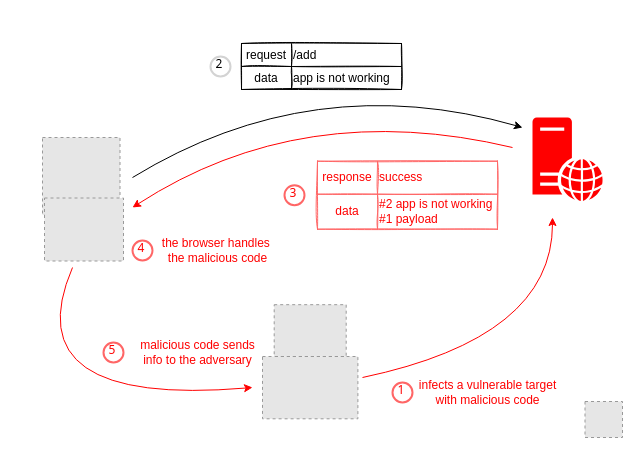
Earlier version of the draw.io diagram content/stored-cross-site-scripting.drawio (qeeqbox/stored-cross-site-scripting). Source tidied: cells renumbered, new cells numbered last; positions are measured from the earlier drawing's top-left corner, leaving out a move shared by most shapes. Both pictures are drawn from the tidied source at 100%, with x=0, y=0 at pixel (12, 17). Pictures stored in the file or linked from it are replaced by grey dashed boxes.
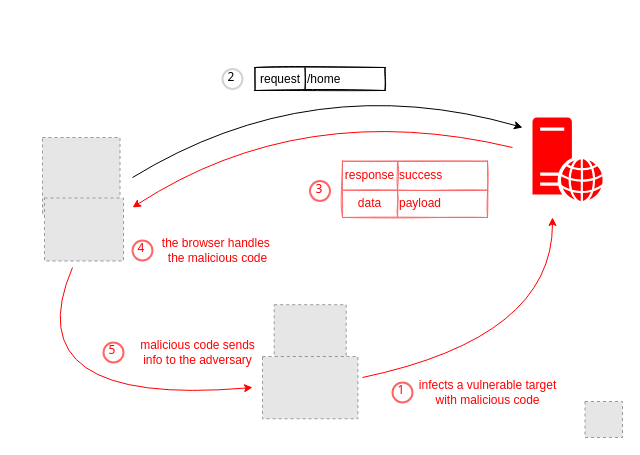
The same page after the edit.

The edit, as a diff of the source:
```diff
@@
     <mxCell id="14" style="shape=table;html=1;whiteSpace=wrap;startSize=0;childLayout=tableLayout;align=left;rounded=0;shadow=0;sketch=1;arcSize=0;" parent="1" vertex="1">
-      <mxGeometry x="229" y="26" width="160" height="46" as="geometry" />
+      <mxGeometry x="242.5" y="50" width="130" height="23" as="geometry" />
     </mxCell>
     <mxCell id="15" style="shape=tableRow;horizontal=0;startSize=0;swimlaneHead=0;swimlaneBody=0;top=0;left=0;bottom=0;right=0;fillColor=none;" parent="14" vertex="1">
-      <mxGeometry width="160" height="23" as="geometry" />
+      <mxGeometry width="130" height="23" as="geometry" />
     </mxCell>
@@
-    <mxCell id="17" value="&lt;div style=&quot;text-align: center;&quot;&gt;&lt;font style=&quot;color: rgb(0, 0, 0);&quot;&gt;&lt;span style=&quot;background-color: transparent;&quot;&gt;/add&lt;/span&gt;&lt;/font&gt;&lt;/div&gt;" style="shape=partialRectangle;html=1;whiteSpace=wrap;fillColor=none;top=0;left=0;bottom=0;right=0;overflow=hidden;align=left;" parent="15" vertex="1">
-      <mxGeometry x="50" width="110" height="23" as="geometry" />
+    <mxCell id="17" value="&lt;div style=&quot;text-align: center;&quot;&gt;&lt;font style=&quot;color: rgb(0, 0, 0);&quot;&gt;&lt;span style=&quot;background-color: transparent;&quot;&gt;/home&lt;/span&gt;&lt;/font&gt;&lt;/div&gt;" style="shape=partialRectangle;html=1;whiteSpace=wrap;fillColor=none;top=0;left=0;bottom=0;right=0;overflow=hidden;align=left;" parent="15" vertex="1">
+      <mxGeometry x="50" width="80" height="23" as="geometry" />
     </mxCell>
-    <mxCell id="18" style="shape=tableRow;horizontal=0;startSize=0;swimlaneHead=0;swimlaneBody=0;top=0;left=0;bottom=0;right=0;fillColor=none;" parent="14" vertex="1">
-      <mxGeometry y="23" width="160" height="23" as="geometry" />
-    </mxCell>
-    <mxCell id="19" value="data" style="shape=partialRectangle;html=1;whiteSpace=wrap;fillColor=none;top=0;left=0;bottom=0;right=0;overflow=hidden;" parent="18" vertex="1">
-      <mxGeometry width="50" height="23" as="geometry" />
-    </mxCell>
-    <mxCell id="20" value="app is not working" style="shape=partialRectangle;html=1;whiteSpace=wrap;fillColor=none;top=0;left=0;bottom=0;right=0;overflow=hidden;align=left;" parent="18" vertex="1">
-      <mxGeometry x="50" width="110" height="23" as="geometry" />
-    </mxCell>
@@
     <mxCell id="23" value="2" style="ellipse;whiteSpace=wrap;html=1;strokeWidth=2;fontFamily=Tahoma;spacingBottom=4;spacingRight=2;strokeColor=#d3d3d3;" parent="1" vertex="1">
-      <mxGeometry x="198" y="39" width="20" height="20" as="geometry" />
+      <mxGeometry x="210" y="51.5" width="20" height="20" as="geometry" />
     </mxCell>
@@
     <mxCell id="27" style="shape=table;html=1;whiteSpace=wrap;startSize=0;childLayout=tableLayout;align=left;rounded=0;shadow=0;sketch=1;arcSize=0;strokeColor=#FF6666;fontColor=#FF0000;" parent="1" vertex="1">
-      <mxGeometry x="305" y="143.7" width="180" height="68" as="geometry" />
+      <mxGeometry x="330" y="143.7" width="145" height="56.3" as="geometry" />
     </mxCell>
     <mxCell id="28" style="shape=tableRow;horizontal=0;startSize=0;swimlaneHead=0;swimlaneBody=0;top=0;left=0;bottom=0;right=0;fillColor=none;fontColor=#FF0000;" parent="27" vertex="1">
-      <mxGeometry width="180" height="33" as="geometry" />
+      <mxGeometry width="145" height="29" as="geometry" />
     </mxCell>
     <mxCell id="29" value="response" style="shape=partialRectangle;html=1;whiteSpace=wrap;fillColor=none;top=0;left=0;bottom=0;right=0;overflow=hidden;fontColor=#FF0000;" parent="28" vertex="1">
-      <mxGeometry width="60" height="33" as="geometry" />
+      <mxGeometry width="55" height="29" as="geometry" />
     </mxCell>
     <mxCell id="30" value="&lt;span style=&quot;text-align: center&quot;&gt;success&lt;/span&gt;" style="shape=partialRectangle;html=1;whiteSpace=wrap;fillColor=none;top=0;left=0;bottom=0;right=0;overflow=hidden;align=left;fontColor=#FF0000;" parent="28" vertex="1">
-      <mxGeometry x="60" width="120" height="33" as="geometry" />
+      <mxGeometry x="55" width="90" height="29" as="geometry" />
     </mxCell>
     <mxCell id="31" style="shape=tableRow;horizontal=0;startSize=0;swimlaneHead=0;swimlaneBody=0;top=0;left=0;bottom=0;right=0;fillColor=none;fontColor=#FF0000;" parent="27" vertex="1">
-      <mxGeometry y="33" width="180" height="35" as="geometry" />
+      <mxGeometry y="29" width="145" height="27" as="geometry" />
     </mxCell>
     <mxCell id="32" value="data" style="shape=partialRectangle;html=1;whiteSpace=wrap;fillColor=none;top=0;left=0;bottom=0;right=0;overflow=hidden;fontColor=#FF0000;" parent="31" vertex="1">
-      <mxGeometry width="60" height="35" as="geometry" />
+      <mxGeometry width="55" height="27" as="geometry" />
     </mxCell>
-    <mxCell id="33" value="&lt;div&gt;#2 app is not working&lt;/div&gt;&lt;font&gt;&lt;div style=&quot;text-align: left;&quot;&gt;&lt;span style=&quot;background-color: transparent; text-align: center;&quot;&gt;&lt;font style=&quot;&quot;&gt;#1&amp;nbsp;&lt;/font&gt;&lt;font style=&quot;&quot;&gt;payload&lt;/font&gt;&lt;/span&gt;&lt;/div&gt;&lt;/font&gt;" style="shape=partialRectangle;html=1;whiteSpace=wrap;fillColor=none;top=0;left=0;bottom=0;right=0;overflow=hidden;align=left;fontColor=#FF0000;" parent="31" vertex="1">
-      <mxGeometry x="60" width="120" height="35" as="geometry" />
+    <mxCell id="33" value="&lt;div&gt;&lt;span style=&quot;background-color: transparent; text-align: center; color: light-dark(rgb(255, 0, 0), rgb(255, 144, 144));&quot;&gt;payload&lt;/span&gt;&lt;/div&gt;" style="shape=partialRectangle;html=1;whiteSpace=wrap;fillColor=none;top=0;left=0;bottom=0;right=0;overflow=hidden;align=left;fontColor=#FF0000;" parent="31" vertex="1">
+      <mxGeometry x="55" width="90" height="27" as="geometry" />
     </mxCell>
@@
     <mxCell id="36" value="3" style="ellipse;whiteSpace=wrap;html=1;strokeWidth=2;fontFamily=Tahoma;spacingBottom=4;spacingRight=2;strokeColor=#FF6666;fontColor=#FF0000;" parent="1" vertex="1">
-      <mxGeometry x="272" y="167.7" width="20" height="20" as="geometry" />
+      <mxGeometry x="297.5" y="163.5" width="20" height="20" as="geometry" />
     </mxCell>
```
